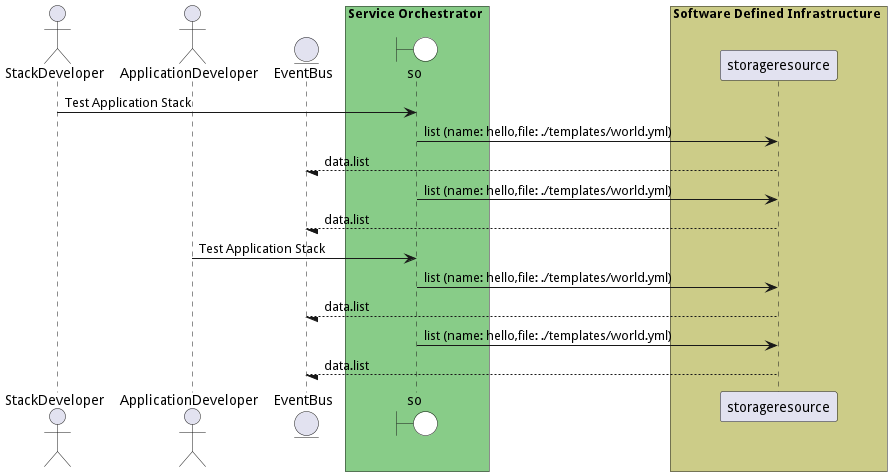
The PlantUML diagram docs/edgemere/sml/so/usecases/managestacks/TestApplicationStack.png in madajaju/edgemere, before a commit.
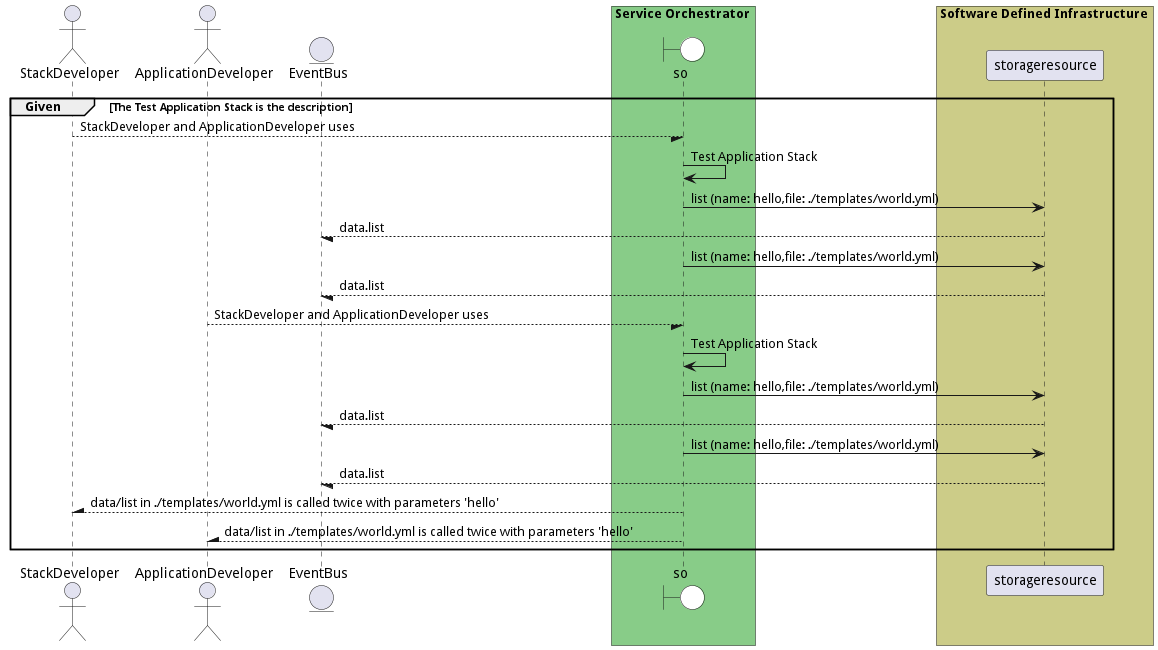
Later version of the same file.

Change to the diagram source:
```diff
@@ -1,4 +1,5 @@
 @startuml
+
 
 actor "StackDeveloper"
 
@@ -16,8 +17,10 @@
             participant storageresource
     end box
 
+group Given [The Test Application Stack is the description]
 
-"StackDeveloper" -> so: Test Application Stack
+"StackDeveloper" --/ so: StackDeveloper and ApplicationDeveloper uses
+"so" -> so: Test Application Stack
 
     so -> "storageresource": list (name: hello,file: ./templates/world.yml)
 
@@ -28,7 +31,8 @@
     "storageresource" --/ EventBus: data.list
 
 
-"ApplicationDeveloper" -> so: Test Application Stack
+"ApplicationDeveloper" --/ so: StackDeveloper and ApplicationDeveloper uses
+"so" -> so: Test Application Stack
 
     so -> "storageresource": list (name: hello,file: ./templates/world.yml)
 
@@ -40,4 +44,11 @@
 
 
 
+"StackDeveloper" /-- so: data/list in ./templates/world.yml is called twice with parameters &#39;hello&#39;
+
+"ApplicationDeveloper" /-- so: data/list in ./templates/world.yml is called twice with parameters &#39;hello&#39;
+
+
+end
+
 @enduml
```
